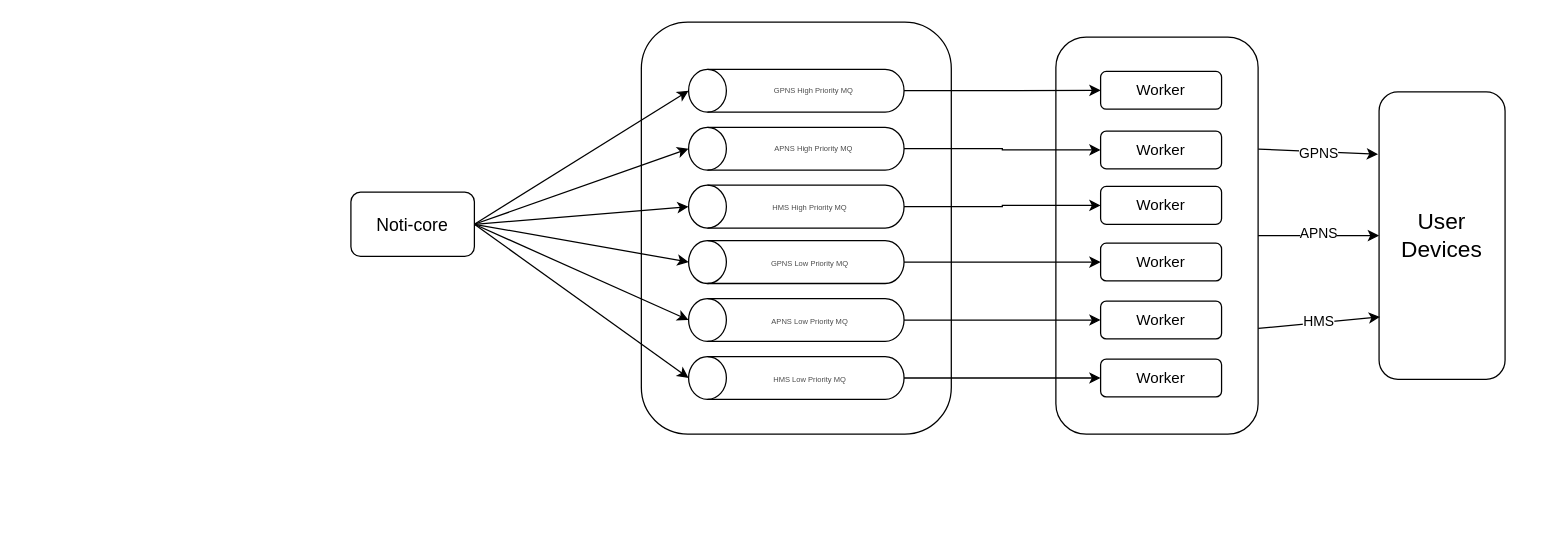
This is page "PN" (3 of 3) of Untitled Diagram.drawio from floatLig/drow.io, a draw.io file, before an edit. Source tidied: cells renumbered, new cells numbered last; positions are measured from the earlier drawing's top-left corner, leaving out a move shared by most shapes. Both pictures are drawn from the tidied source at 126%, with x=0, y=0 at pixel (350, -18).
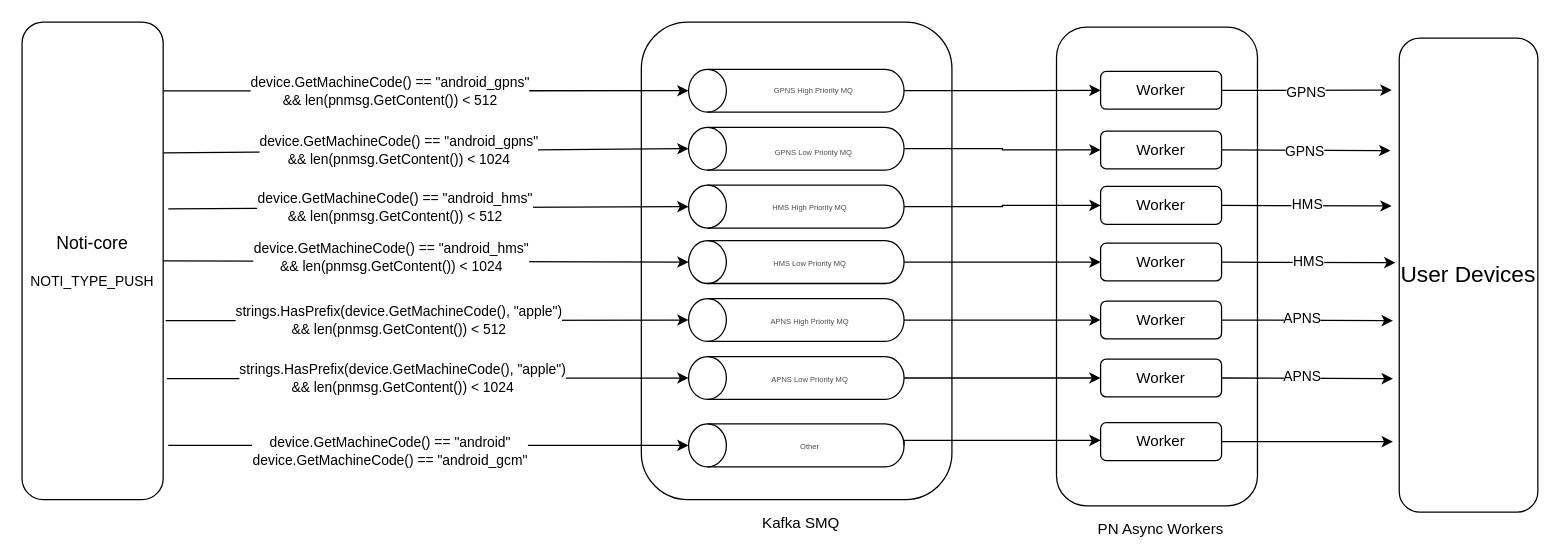
Above is the later version.

The change refers to these unchanged cells:
```xml
<mxCell id="10" style="shape=cylinder3;boundedLbl=1;backgroundOutline=1;size=15;rotation=-90;align=left;fillColor=none;html=1;whiteSpace=wrap;labelBorderColor=none;verticalAlign=middle;" parent="1" vertex="1">
  <mxGeometry x="336.5" y="182" width="34" height="171" as="geometry" />
</mxCell>
<mxCell id="13" style="shape=cylinder3;boundedLbl=1;backgroundOutline=1;size=15;rotation=-90;align=left;fillColor=none;html=1;whiteSpace=wrap;labelBorderColor=none;verticalAlign=middle;" parent="1" vertex="1">
  <mxGeometry x="336.5" y="228" width="34" height="171" as="geometry" />
</mxCell>
<mxCell id="16" style="shape=cylinder3;boundedLbl=1;backgroundOutline=1;size=15;rotation=-90;align=left;fillColor=none;html=1;whiteSpace=wrap;labelBorderColor=none;verticalAlign=middle;" parent="1" vertex="1">
  <mxGeometry x="336.5" width="34" height="171" as="geometry" />
</mxCell>
<mxCell id="19" style="shape=cylinder3;boundedLbl=1;backgroundOutline=1;size=15;rotation=-90;align=left;fillColor=none;html=1;whiteSpace=wrap;labelBorderColor=none;verticalAlign=middle;" parent="1" vertex="1">
  <mxGeometry x="336.5" y="46" width="34" height="171" as="geometry" />
</mxCell>
<mxCell id="22" style="shape=cylinder3;boundedLbl=1;backgroundOutline=1;size=15;rotation=-90;align=left;fillColor=none;html=1;whiteSpace=wrap;labelBorderColor=none;verticalAlign=middle;" parent="1" vertex="1">
  <mxGeometry x="336.5" y="92" width="34" height="171" as="geometry" />
</mxCell>
<mxCell id="24" value="Worker" style="rounded=1;whiteSpace=wrap;html=1;fillColor=none;gradientColor=none;verticalAlign=middle;align=center;" parent="1" vertex="1">
  <mxGeometry x="595" y="70.2" width="96" height="30" as="geometry" />
</mxCell>
<mxCell id="25" value="Worker" style="rounded=1;whiteSpace=wrap;html=1;fillColor=none;gradientColor=none;verticalAlign=middle;align=center;" parent="1" vertex="1">
  <mxGeometry x="595" y="117.5" width="96" height="30" as="geometry" />
</mxCell>
<mxCell id="26" value="Worker" style="rounded=1;whiteSpace=wrap;html=1;fillColor=none;gradientColor=none;verticalAlign=middle;align=center;" parent="1" vertex="1">
  <mxGeometry x="595" y="161.5" width="96" height="30" as="geometry" />
</mxCell>
<mxCell id="27" value="Worker" style="rounded=1;whiteSpace=wrap;html=1;fillColor=none;gradientColor=none;verticalAlign=middle;align=center;" parent="1" vertex="1">
  <mxGeometry x="595" y="206.5" width="96" height="30" as="geometry" />
</mxCell>
<mxCell id="28" value="Worker" style="rounded=1;whiteSpace=wrap;html=1;fillColor=none;gradientColor=none;verticalAlign=middle;align=center;" parent="1" vertex="1">
  <mxGeometry x="595" y="252.5" width="96" height="30" as="geometry" />
</mxCell>
<mxCell id="29" value="Worker" style="rounded=1;whiteSpace=wrap;html=1;fillColor=none;gradientColor=none;verticalAlign=middle;align=center;" parent="1" vertex="1">
  <mxGeometry x="595" y="298.5" width="96" height="30" as="geometry" />
</mxCell>
<mxCell id="31" style="edgeStyle=none;rounded=0;sketch=0;jettySize=auto;html=1;entryX=0.5;entryY=0;entryDx=0;entryDy=0;entryPerimeter=0;shadow=0;strokeColor=#000000;exitX=1;exitY=0.5;exitDx=0;exitDy=0;" parent="1" edge="1" source="5" target="7">
  <mxGeometry relative="1" as="geometry" />
</mxCell>
```

What changed in the source:
```diff
@@
+    <mxCell id="30" style="rounded=1;whiteSpace=wrap;html=1;fillColor=none;gradientColor=none;verticalAlign=middle;" parent="1" vertex="1">
+      <mxGeometry x="560" y="35" width="159.5" height="380" as="geometry" />
+    </mxCell>
     <mxCell id="2" style="rounded=1;whiteSpace=wrap;html=1;fillColor=none;gradientColor=none;verticalAlign=middle;" parent="1" vertex="1">
-      <mxGeometry x="230.5" y="31" width="246" height="327" as="geometry" />
+      <mxGeometry x="230.5" y="31" width="246.5" height="379" as="geometry" />
     </mxCell>
-    <mxCell id="3" style="jettySize=auto;html=1;entryX=0.5;entryY=0;entryDx=0;entryDy=0;entryPerimeter=0;rounded=0;shadow=0;sketch=0;exitX=1;exitY=0.5;exitDx=0;exitDy=0;exitPerimeter=0;" parent="1" edge="1" source="5" target="16">
+    <mxCell id="3" style="jettySize=auto;html=1;entryX=0.5;entryY=0;entryDx=0;entryDy=0;entryPerimeter=0;rounded=0;shadow=0;sketch=0;exitX=1;exitY=0.144;exitDx=0;exitDy=0;exitPerimeter=0;" parent="1" edge="1" source="5" target="16">
       <mxGeometry relative="1" as="geometry" />
     </mxCell>
+    <mxCell id="42" value="device.GetMachineCode() == &quot;android_gpns&quot;&lt;br&gt;&lt;span style=&quot;font-size: 11px&quot;&gt;&amp;amp;&amp;amp; len(pnmsg.GetContent()) &amp;lt; 512&lt;/span&gt;" style="edgeLabel;html=1;align=center;verticalAlign=middle;" parent="3" vertex="1">
+      <mxGeometry x="-0.23" relative="1" as="geometry">
+        <mxPoint x="19" as="offset" />
+      </mxGeometry>
+    </mxCell>
-    <mxCell id="4" style="edgeStyle=none;rounded=0;sketch=0;jettySize=auto;html=1;entryX=0.5;entryY=0;entryDx=0;entryDy=0;entryPerimeter=0;shadow=0;strokeColor=#000000;exitX=1;exitY=0.5;exitDx=0;exitDy=0;" parent="1" edge="1" source="5" target="19">
+    <mxCell id="4" style="edgeStyle=none;rounded=0;sketch=0;jettySize=auto;html=1;entryX=0.5;entryY=0;entryDx=0;entryDy=0;entryPerimeter=0;shadow=0;strokeColor=#000000;exitX=1;exitY=0.274;exitDx=0;exitDy=0;exitPerimeter=0;" parent="1" edge="1" source="5" target="19">
       <mxGeometry relative="1" as="geometry" />
     </mxCell>
+    <mxCell id="43" value="device.GetMachineCode() == &quot;android_gpns&quot;&lt;br&gt;&amp;amp;&amp;amp; len(pnmsg.GetContent()) &amp;lt; 1024" style="edgeLabel;html=1;align=center;verticalAlign=middle;" parent="4" vertex="1">
+      <mxGeometry x="0.71" y="-1" relative="1" as="geometry">
+        <mxPoint x="-170" as="offset" />
+      </mxGeometry>
+    </mxCell>
-    <mxCell id="5" value="&lt;font style=&quot;font-size: 14px&quot;&gt;Noti-core&lt;/font&gt;" style="rounded=1;whiteSpace=wrap;html=1;" parent="1" vertex="1">
-      <mxGeometry y="166" width="98" height="51" as="geometry" />
+    <mxCell id="5" value="&lt;font&gt;&lt;span style=&quot;font-size: 14px&quot;&gt;Noti-core&lt;/span&gt;&lt;br&gt;&lt;font style=&quot;font-size: 11px&quot;&gt;&lt;br&gt;NOTI_TYPE_PUSH&lt;/font&gt;&lt;br&gt;&lt;/font&gt;" style="rounded=1;whiteSpace=wrap;html=1;" parent="1" vertex="1">
+      <mxGeometry x="-261" y="31" width="112" height="379" as="geometry" />
     </mxCell>
@@
-    <mxCell id="8" value="&lt;p style=&quot;line-height: 120%&quot;&gt;&lt;font style=&quot;font-size: 6px&quot;&gt;GPNS Low Priority MQ&lt;/font&gt;&lt;/p&gt;" style="text;html=1;strokeColor=none;fillColor=none;align=center;verticalAlign=middle;whiteSpace=wrap;rounded=0;textOpacity=70;" parent="1" vertex="1">
+    <mxCell id="8" value="&lt;p style=&quot;line-height: 120%&quot;&gt;&lt;span style=&quot;font-size: 6px&quot;&gt;HMS Low Priority MQ&lt;/span&gt;&lt;br&gt;&lt;/p&gt;" style="text;html=1;strokeColor=none;fillColor=none;align=center;verticalAlign=middle;whiteSpace=wrap;rounded=0;textOpacity=70;" parent="1" vertex="1">
       <mxGeometry x="301" y="207.5" width="127" height="28" as="geometry" />
     </mxCell>
@@
-    <mxCell id="11" value="&lt;p style=&quot;line-height: 120%&quot;&gt;&lt;font style=&quot;font-size: 6px&quot;&gt;APNS Low Priority MQ&lt;/font&gt;&lt;/p&gt;" style="text;html=1;strokeColor=none;fillColor=none;align=center;verticalAlign=middle;whiteSpace=wrap;rounded=0;textOpacity=70;" parent="1" vertex="1">
+    <mxCell id="11" value="&lt;p style=&quot;line-height: 120%&quot;&gt;&lt;font style=&quot;font-size: 6px&quot;&gt;APNS High Priority MQ&lt;/font&gt;&lt;/p&gt;" style="text;html=1;strokeColor=none;fillColor=none;align=center;verticalAlign=middle;whiteSpace=wrap;rounded=0;textOpacity=70;" parent="1" vertex="1">
       <mxGeometry x="301" y="253.5" width="127" height="28" as="geometry" />
     </mxCell>
@@
-    <mxCell id="14" value="&lt;p style=&quot;line-height: 120%&quot;&gt;&lt;font style=&quot;font-size: 6px&quot;&gt;HMS Low Priority MQ&lt;/font&gt;&lt;/p&gt;" style="text;html=1;strokeColor=none;fillColor=none;align=center;verticalAlign=middle;whiteSpace=wrap;rounded=0;textOpacity=70;" parent="1" vertex="1">
+    <mxCell id="14" value="&lt;p style=&quot;line-height: 120%&quot;&gt;&lt;span style=&quot;font-size: 6px&quot;&gt;APNS Low Priority MQ&lt;/span&gt;&lt;br&gt;&lt;/p&gt;" style="text;html=1;strokeColor=none;fillColor=none;align=center;verticalAlign=middle;whiteSpace=wrap;rounded=0;textOpacity=70;" parent="1" vertex="1">
       <mxGeometry x="301" y="299.5" width="127" height="28" as="geometry" />
     </mxCell>
@@
-    <mxCell id="20" value="&lt;p style=&quot;line-height: 120%&quot;&gt;&lt;font style=&quot;font-size: 6px&quot;&gt;APNS High Priority MQ&lt;/font&gt;&lt;/p&gt;" style="text;html=1;strokeColor=none;fillColor=none;align=center;verticalAlign=middle;whiteSpace=wrap;rounded=0;textOpacity=70;" parent="1" vertex="1">
-      <mxGeometry x="301" y="117.5" width="133" height="27.5" as="geometry" />
+    <mxCell id="20" value="&lt;p style=&quot;line-height: 120%&quot;&gt;&lt;/p&gt;&lt;span style=&quot;font-size: 6px&quot;&gt;GPNS Low Priority MQ&lt;/span&gt;" style="text;html=1;strokeColor=none;fillColor=none;align=center;verticalAlign=middle;whiteSpace=wrap;rounded=0;textOpacity=70;" parent="1" vertex="1">
+      <mxGeometry x="301" y="113" width="133" height="27.5" as="geometry" />
     </mxCell>
@@
-    <mxCell id="30" style="rounded=1;whiteSpace=wrap;html=1;fillColor=none;gradientColor=none;verticalAlign=middle;" parent="1" vertex="1">
-      <mxGeometry x="559.5" y="43" width="160.5" height="315" as="geometry" />
-    </mxCell>
@@
+    <mxCell id="44" style="edgeLabel;html=1;align=center;verticalAlign=middle;" parent="31" vertex="1">
+      <mxGeometry x="-0.06" y="-1" relative="1" as="geometry" />
+    </mxCell>
+    <mxCell id="45" value="device.GetMachineCode() == &quot;android_hms&quot;&lt;br&gt;&amp;amp;&amp;amp; len(pnmsg.GetContent()) &amp;lt; 1024" style="edgeLabel;html=1;align=center;verticalAlign=middle;" parent="31" vertex="1">
+      <mxGeometry x="-0.22" y="2" relative="1" as="geometry">
+        <mxPoint x="17" y="-1" as="offset" />
+      </mxGeometry>
+    </mxCell>
-    <mxCell id="32" style="edgeStyle=none;rounded=0;sketch=0;jettySize=auto;html=1;entryX=0.5;entryY=0;entryDx=0;entryDy=0;entryPerimeter=0;shadow=0;strokeColor=#000000;exitX=1;exitY=0.5;exitDx=0;exitDy=0;" parent="1" edge="1" source="5" target="10">
-      <mxGeometry relative="1" as="geometry" />
+    <mxCell id="32" style="edgeStyle=none;rounded=0;sketch=0;jettySize=auto;html=1;entryX=0.5;entryY=0;entryDx=0;entryDy=0;entryPerimeter=0;shadow=0;strokeColor=#000000;" parent="1" edge="1" target="10">
+      <mxGeometry relative="1" as="geometry">
+        <mxPoint x="-147" y="268" as="sourcePoint" />
+      </mxGeometry>
     </mxCell>
+    <mxCell id="46" value="strings.HasPrefix(device.GetMachineCode(), &quot;apple&quot;)&lt;br&gt;&amp;amp;&amp;amp; len(pnmsg.GetContent()) &amp;lt; 512" style="edgeLabel;html=1;align=center;verticalAlign=middle;" parent="32" vertex="1">
+      <mxGeometry x="-0.39" y="3" relative="1" as="geometry">
+        <mxPoint x="58" y="3" as="offset" />
+      </mxGeometry>
+    </mxCell>
-    <mxCell id="33" style="edgeStyle=none;rounded=0;sketch=0;jettySize=auto;html=1;entryX=0.5;entryY=0;entryDx=0;entryDy=0;entryPerimeter=0;shadow=0;strokeColor=#000000;exitX=1;exitY=0.5;exitDx=0;exitDy=0;" parent="1" edge="1" source="5" target="13">
-      <mxGeometry relative="1" as="geometry" />
+    <mxCell id="33" style="edgeStyle=none;rounded=0;sketch=0;jettySize=auto;html=1;entryX=0.5;entryY=0;entryDx=0;entryDy=0;entryPerimeter=0;shadow=0;strokeColor=#000000;" parent="1" edge="1" target="13">
+      <mxGeometry relative="1" as="geometry">
+        <mxPoint x="-146" y="314" as="sourcePoint" />
+      </mxGeometry>
     </mxCell>
+    <mxCell id="47" value="strings.HasPrefix(device.GetMachineCode(), &quot;apple&quot;)&lt;br&gt;&amp;amp;&amp;amp; len(pnmsg.GetContent()) &amp;lt; 1024" style="edgeLabel;html=1;align=center;verticalAlign=middle;" parent="33" vertex="1">
+      <mxGeometry x="-0.58" relative="1" as="geometry">
+        <mxPoint x="100" as="offset" />
+      </mxGeometry>
+    </mxCell>
-    <mxCell id="34" style="edgeStyle=none;rounded=0;sketch=0;jettySize=auto;html=1;entryX=0.5;entryY=0;entryDx=0;entryDy=0;entryPerimeter=0;shadow=0;strokeColor=#000000;exitX=1;exitY=0.5;exitDx=0;exitDy=0;" parent="1" edge="1" source="5" target="22">
+    <mxCell id="34" style="edgeStyle=none;rounded=0;sketch=0;jettySize=auto;html=1;entryX=0.5;entryY=0;entryDx=0;entryDy=0;entryPerimeter=0;shadow=0;strokeColor=#000000;exitX=1.036;exitY=0.391;exitDx=0;exitDy=0;exitPerimeter=0;" parent="1" edge="1" source="5" target="22">
       <mxGeometry relative="1" as="geometry" />
     </mxCell>
+    <mxCell id="48" value="device.GetMachineCode() == &quot;android_hms&quot;&lt;br&gt;&amp;amp;&amp;amp; len(pnmsg.GetContent()) &amp;lt; 512" style="edgeLabel;html=1;align=center;verticalAlign=middle;" parent="34" vertex="1">
+      <mxGeometry x="0.26" y="3" relative="1" as="geometry">
+        <mxPoint x="-81" y="2" as="offset" />
+      </mxGeometry>
+    </mxCell>
     <mxCell id="35" value="&lt;font style=&quot;font-size: 18px&quot;&gt;User Devices&lt;/font&gt;" style="rounded=1;whiteSpace=wrap;html=1;fillColor=none;gradientColor=none;align=center;verticalAlign=middle;" parent="1" vertex="1">
-      <mxGeometry x="816" y="86.5" width="100" height="228" as="geometry" />
+      <mxGeometry x="832" y="43.8" width="110" height="376.2" as="geometry" />
     </mxCell>
-    <mxCell id="36" style="edgeStyle=none;rounded=0;sketch=0;jettySize=auto;html=1;shadow=0;strokeColor=#000000;exitX=1.001;exitY=0.282;exitDx=0;exitDy=0;exitPerimeter=0;entryX=-0.008;entryY=0.217;entryDx=0;entryDy=0;entryPerimeter=0;" parent="1" edge="1" source="30" target="35">
-      <mxGeometry relative="1" as="geometry" />
+    <mxCell id="36" style="edgeStyle=none;rounded=0;sketch=0;jettySize=auto;html=1;shadow=0;strokeColor=#000000;exitX=1;exitY=0.5;exitDx=0;exitDy=0;" parent="1" edge="1" source="24">
+      <mxGeometry relative="1" as="geometry">
+        <mxPoint x="826" y="85" as="targetPoint" />
+      </mxGeometry>
     </mxCell>
@@
-    <mxCell id="38" style="edgeStyle=none;rounded=0;sketch=0;jettySize=auto;html=1;entryX=0.008;entryY=0.783;entryDx=0;entryDy=0;entryPerimeter=0;shadow=0;strokeColor=#000000;exitX=1.001;exitY=0.734;exitDx=0;exitDy=0;exitPerimeter=0;" parent="1" edge="1" source="30" target="35">
-      <mxGeometry relative="1" as="geometry" />
+    <mxCell id="38" style="edgeStyle=none;rounded=0;sketch=0;jettySize=auto;html=1;shadow=0;strokeColor=#000000;exitX=1;exitY=0.5;exitDx=0;exitDy=0;" parent="1" edge="1" source="27">
+      <mxGeometry relative="1" as="geometry">
+        <mxPoint x="829" y="222" as="targetPoint" />
+      </mxGeometry>
     </mxCell>
@@
-    <mxCell id="40" style="edgeStyle=none;rounded=0;sketch=0;jettySize=auto;html=1;entryX=0;entryY=0.5;entryDx=0;entryDy=0;shadow=0;strokeColor=#000000;exitX=1;exitY=0.5;exitDx=0;exitDy=0;" parent="1" edge="1" source="30" target="35">
-      <mxGeometry relative="1" as="geometry" />
+    <mxCell id="40" style="edgeStyle=none;rounded=0;sketch=0;jettySize=auto;html=1;shadow=0;strokeColor=#000000;exitX=1;exitY=0.5;exitDx=0;exitDy=0;" parent="1" edge="1" source="29">
+      <mxGeometry relative="1" as="geometry">
+        <mxPoint x="827" y="314" as="targetPoint" />
+      </mxGeometry>
     </mxCell>
@@
+    <mxCell id="49" style="shape=cylinder3;boundedLbl=1;backgroundOutline=1;size=15;rotation=-90;align=left;fillColor=none;html=1;whiteSpace=wrap;labelBorderColor=none;verticalAlign=middle;" parent="1" vertex="1">
+      <mxGeometry x="336.5" y="281.5" width="34" height="171" as="geometry" />
+    </mxCell>
+    <mxCell id="50" value="&lt;p style=&quot;line-height: 120%&quot;&gt;&lt;span style=&quot;font-size: 6px&quot;&gt;Other&lt;/span&gt;&lt;br&gt;&lt;/p&gt;" style="text;html=1;strokeColor=none;fillColor=none;align=center;verticalAlign=middle;whiteSpace=wrap;rounded=0;textOpacity=70;" parent="1" vertex="1">
+      <mxGeometry x="301" y="353" width="127" height="28" as="geometry" />
+    </mxCell>
+    <mxCell id="51" style="edgeStyle=none;rounded=0;sketch=0;jettySize=auto;html=1;shadow=0;strokeColor=#000000;entryX=0.5;entryY=0;entryDx=0;entryDy=0;entryPerimeter=0;" parent="1" edge="1" target="49">
+      <mxGeometry relative="1" as="geometry">
+        <mxPoint x="-145" y="367" as="sourcePoint" />
+      </mxGeometry>
+    </mxCell>
+    <mxCell id="52" value="device.GetMachineCode() == &quot;android&quot;&lt;br&gt;&lt;span style=&quot;font-size: 11px&quot;&gt;device.GetMachineCode() == &quot;android_gcm&quot;&lt;/span&gt;" style="edgeLabel;html=1;align=center;verticalAlign=middle;" parent="51" vertex="1">
+      <mxGeometry x="-0.15" y="-1" relative="1" as="geometry">
+        <mxPoint x="-1" y="3" as="offset" />
+      </mxGeometry>
+    </mxCell>
+    <mxCell id="53" style="edgeStyle=orthogonalEdgeStyle;rounded=0;jettySize=auto;html=1;exitX=0.5;exitY=1;exitDx=0;exitDy=0;exitPerimeter=0;" parent="1" edge="1" source="49" target="54">
+      <mxGeometry relative="1" as="geometry">
+        <Array as="points">
+          <mxPoint x="439" y="363" />
+        </Array>
+      </mxGeometry>
+    </mxCell>
+    <mxCell id="54" value="Worker" style="rounded=1;whiteSpace=wrap;html=1;fillColor=none;gradientColor=none;verticalAlign=middle;align=center;" parent="1" vertex="1">
+      <mxGeometry x="595" y="349" width="96" height="30" as="geometry" />
+    </mxCell>
+    <mxCell id="55" style="edgeStyle=none;rounded=0;sketch=0;jettySize=auto;html=1;shadow=0;strokeColor=#000000;exitX=1;exitY=0.5;exitDx=0;exitDy=0;" parent="1" edge="1" source="25">
+      <mxGeometry relative="1" as="geometry">
+        <mxPoint x="825" y="133" as="targetPoint" />
+      </mxGeometry>
+    </mxCell>
+    <mxCell id="56" value="GPNS" style="edgeLabel;html=1;align=center;verticalAlign=middle;" parent="55" vertex="1">
+      <mxGeometry x="-0.02" y="-1" relative="1" as="geometry" />
+    </mxCell>
+    <mxCell id="57" style="edgeStyle=none;rounded=0;sketch=0;jettySize=auto;html=1;shadow=0;strokeColor=#000000;exitX=1;exitY=0.5;exitDx=0;exitDy=0;" parent="1" edge="1" source="28">
+      <mxGeometry relative="1" as="geometry">
+        <mxPoint x="827" y="268" as="targetPoint" />
+      </mxGeometry>
+    </mxCell>
+    <mxCell id="58" value="APNS" style="edgeLabel;html=1;align=center;verticalAlign=middle;" parent="57" vertex="1">
+      <mxGeometry x="-0.22" y="2" relative="1" as="geometry">
+        <mxPoint x="10" as="offset" />
+      </mxGeometry>
+    </mxCell>
+    <mxCell id="59" style="edgeStyle=none;rounded=0;sketch=0;jettySize=auto;html=1;shadow=0;strokeColor=#000000;exitX=1;exitY=0.5;exitDx=0;exitDy=0;" parent="1" edge="1" source="26">
+      <mxGeometry relative="1" as="geometry">
+        <mxPoint x="826" y="177" as="targetPoint" />
+      </mxGeometry>
+    </mxCell>
+    <mxCell id="60" value="HMS" style="edgeLabel;html=1;align=center;verticalAlign=middle;" parent="59" vertex="1">
+      <mxGeometry x="-0.01" y="1" relative="1" as="geometry" />
+    </mxCell>
+    <mxCell id="61" style="edgeStyle=none;rounded=0;sketch=0;jettySize=auto;html=1;shadow=0;strokeColor=#000000;exitX=1;exitY=0.5;exitDx=0;exitDy=0;" parent="1" edge="1" source="54">
+      <mxGeometry relative="1" as="geometry">
+        <mxPoint x="827" y="364" as="targetPoint" />
+      </mxGeometry>
+    </mxCell>
+    <mxCell id="62" value="Kafka SMQ" style="text;html=1;strokeColor=none;fillColor=none;align=center;verticalAlign=middle;whiteSpace=wrap;rounded=0;" parent="1" vertex="1">
+      <mxGeometry x="312" y="422" width="91" height="13" as="geometry" />
+    </mxCell>
+    <mxCell id="63" value="PN Async Workers" style="text;html=1;strokeColor=none;fillColor=none;align=center;verticalAlign=middle;whiteSpace=wrap;rounded=0;" parent="1" vertex="1">
+      <mxGeometry x="581.2" y="427" width="123.5" height="13" as="geometry" />
+    </mxCell>
```
